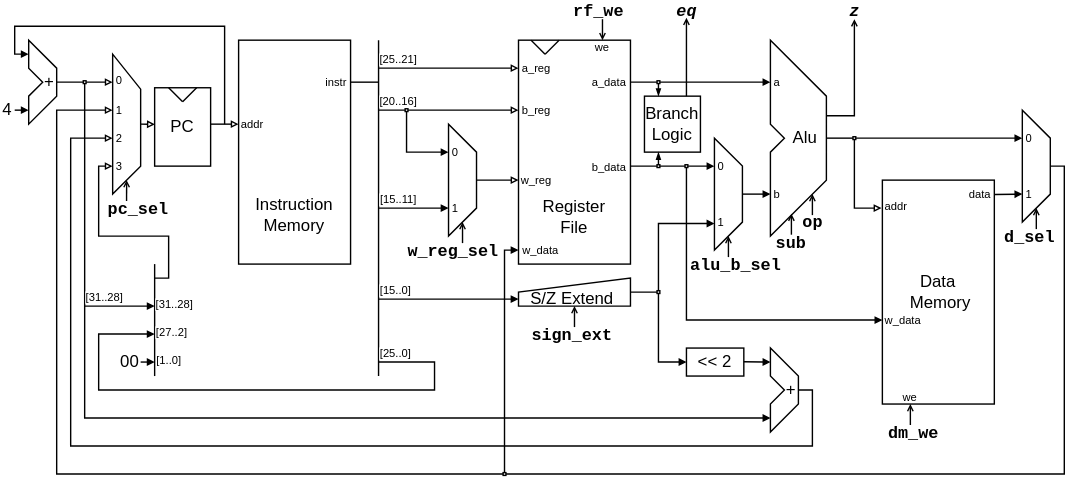
Earlier version of the draw.io export images/vips_full.svg (perlindgren/vips). Source tidied: cells renumbered, new cells last; positions are measured from the earlier drawing's top-left corner, leaving out a move shared by most shapes.
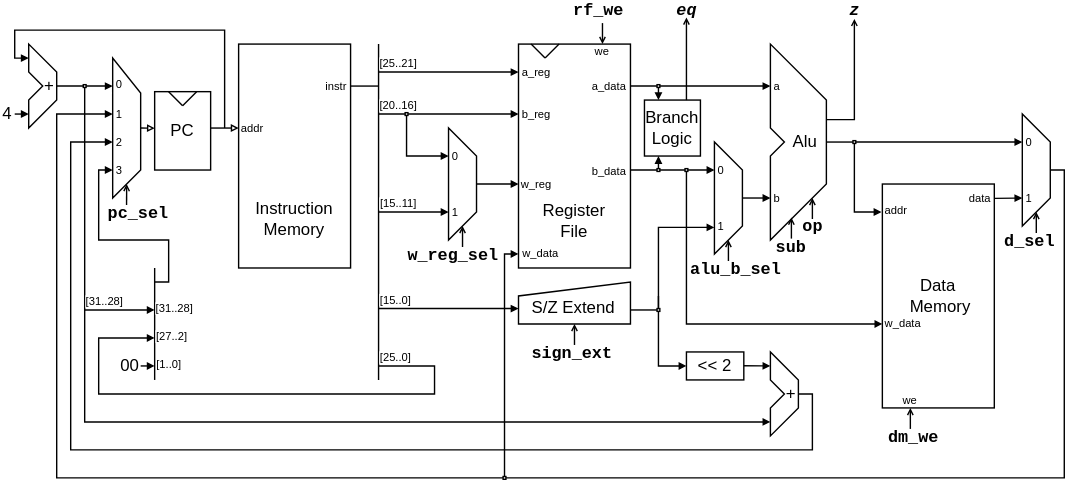
Later version of the same file.

Commit message:
vips full

Diff of the diagram source:
```diff
@@ -56,7 +56,7 @@
         <mxPoint x="270" y="27" as="targetPoint" />
       </mxGeometry>
     </mxCell>
-    <mxCell id="11" style="endArrow=block;html=1;rounded=0;endFill=0;endSize=3;startSize=9;" parent="1" edge="1">
+    <mxCell id="11" style="endArrow=block;html=1;rounded=0;endFill=1;endSize=3;" parent="1" edge="1">
       <mxGeometry relative="1" as="geometry">
         <mxPoint x="270" y="77" as="sourcePoint" />
         <mxPoint x="370" y="77" as="targetPoint" />
@@ -144,7 +144,7 @@
     <mxCell id="29" value="&lt;span style=&quot;background-color: transparent; color: light-dark(rgb(0, 0, 0), rgb(255, 255, 255));&quot;&gt;we&lt;/span&gt;" style="text;html=1;align=center;verticalAlign=middle;whiteSpace=wrap;rounded=0;fontFamily=Helvetica;fontSize=8;fontColor=default;" parent="17" vertex="1">
       <mxGeometry x="56" width="10" height="10" as="geometry" />
     </mxCell>
-    <mxCell id="30" style="endArrow=block;html=1;rounded=0;endFill=0;endSize=3;startSize=9;" parent="1" edge="1">
+    <mxCell id="30" style="endArrow=block;html=1;rounded=0;endFill=1;endSize=3;" parent="1" edge="1">
       <mxGeometry relative="1" as="geometry">
         <mxPoint x="340" y="127" as="sourcePoint" />
         <mxPoint x="370" y="127" as="targetPoint" />
@@ -229,20 +229,20 @@
     </mxCell>
     <mxCell id="41" style="endArrow=none;html=1;rounded=0;" parent="1" edge="1">
       <mxGeometry relative="1" as="geometry">
-        <mxPoint x="375" y="217" as="sourcePoint" />
-        <mxPoint x="370" y="217" as="targetPoint" />
+        <mxPoint x="385" y="227" as="sourcePoint" />
+        <mxPoint x="385" y="227" as="targetPoint" />
         <Array as="points">
-          <mxPoint x="370" y="217" />
+          <mxPoint x="370" y="227" />
           <mxPoint x="370" y="207" />
           <mxPoint x="450" y="197" />
-          <mxPoint x="450" y="217" />
+          <mxPoint x="450" y="227" />
         </Array>
       </mxGeometry>
     </mxCell>
     <mxCell id="42" style="endArrow=block;html=1;rounded=0;endFill=1;endSize=3;startSize=9;" parent="1" edge="1">
       <mxGeometry relative="1" as="geometry">
-        <mxPoint x="270" y="212" as="sourcePoint" />
-        <mxPoint x="370" y="212" as="targetPoint" />
+        <mxPoint x="270" y="216" as="sourcePoint" />
+        <mxPoint x="370" y="216" as="targetPoint" />
       </mxGeometry>
     </mxCell>
     <mxCell id="43" value="&lt;font face=&quot;Courier New&quot;&gt;&lt;b&gt;w_reg_sel&lt;/b&gt;&lt;/font&gt;" style="text;html=1;align=center;verticalAlign=middle;whiteSpace=wrap;rounded=0;" parent="1" vertex="1">
@@ -255,23 +255,22 @@
       </mxGeometry>
     </mxCell>
     <mxCell id="45" value="&lt;font face=&quot;Courier New&quot;&gt;&lt;b&gt;rf_we&lt;/b&gt;&lt;/font&gt;" style="text;html=1;align=center;verticalAlign=middle;whiteSpace=wrap;rounded=0;" parent="1" vertex="1">
-      <mxGeometry x="405" y="1" width="45" height="10" as="geometry" />
+      <mxGeometry x="405" y="-2" width="45" height="10" as="geometry" />
     </mxCell>
     <mxCell id="46" style="endArrow=open;html=1;rounded=0;endFill=0;endSize=3;startSize=9;startFill=0;" parent="1" edge="1">
       <mxGeometry relative="1" as="geometry">
-        <mxPoint x="410" y="232" as="sourcePoint" />
-        <mxPoint x="410" y="217" as="targetPoint" />
+        <mxPoint x="410" y="242" as="sourcePoint" />
+        <mxPoint x="410" y="227" as="targetPoint" />
       </mxGeometry>
     </mxCell>
     <mxCell id="47" value="S/Z Extend" style="text;html=1;align=center;verticalAlign=middle;whiteSpace=wrap;rounded=0;" parent="1" vertex="1">
-      <mxGeometry x="376.5" y="207" width="65" height="10" as="geometry" />
+      <mxGeometry x="376.5" y="211" width="65" height="10" as="geometry" />
     </mxCell>
     <mxCell id="48" value="&lt;font face=&quot;Courier New&quot;&gt;&lt;b&gt;sign_ext&lt;/b&gt;&lt;/font&gt;" style="text;html=1;align=center;verticalAlign=middle;whiteSpace=wrap;rounded=0;" parent="1" vertex="1">
-      <mxGeometry x="387" y="232" width="43" height="12" as="geometry" />
+      <mxGeometry x="387" y="242" width="43" height="12" as="geometry" />
     </mxCell>
-    <mxCell id="49" style="endArrow=block;html=1;rounded=0;endFill=1;endSize=3;startSize=9;" parent="1" edge="1">
+    <mxCell id="49" style="endArrow=block;html=1;rounded=0;endFill=1;endSize=3;startSize=9;exitX=0.5;exitY=0;exitDx=0;exitDy=0;" parent="1" edge="1" source="122">
       <mxGeometry relative="1" as="geometry">
-        <mxPoint x="450" y="207" as="sourcePoint" />
         <mxPoint x="510" y="158" as="targetPoint" />
         <Array as="points">
           <mxPoint x="470" y="207" />
@@ -328,20 +327,20 @@
       </mxGeometry>
     </mxCell>
     <mxCell id="58" value="&lt;font face=&quot;Courier New&quot;&gt;&lt;b&gt;&lt;i&gt;z&lt;/i&gt;&lt;/b&gt;&lt;/font&gt;" style="text;html=1;align=center;verticalAlign=middle;whiteSpace=wrap;rounded=0;" parent="1" vertex="1">
-      <mxGeometry x="597.5" width="25" height="12" as="geometry" />
+      <mxGeometry x="597.5" y="-3" width="25" height="12" as="geometry" />
     </mxCell>
     <mxCell id="59" value="[25..21]" style="edgeLabel;html=1;align=center;verticalAlign=middle;labelBackgroundColor=default;fontSize=8;" parent="1" vertex="1">
       <mxGeometry x="284" y="41" as="geometry" />
     </mxCell>
     <mxCell id="60" value="[15..0]" style="edgeLabel;html=1;align=center;verticalAlign=middle;labelBackgroundColor=default;fontSize=8;" parent="1" vertex="1">
-      <mxGeometry x="317" y="202" as="geometry">
+      <mxGeometry x="317" y="206" as="geometry">
         <mxPoint x="-35" y="4" as="offset" />
       </mxGeometry>
     </mxCell>
     <mxCell id="61" value="Branch&lt;br&gt;Logic" style="rounded=0;whiteSpace=wrap;html=1;" parent="1" vertex="1">
       <mxGeometry x="460" y="67" width="40" height="40" as="geometry" />
     </mxCell>
-    <mxCell id="62" style="endArrow=blockThin;html=1;rounded=0;entryX=0.25;entryY=1;entryDx=0;entryDy=0;endSize=3;endFill=1;" parent="1" edge="1" target="61">
+    <mxCell id="62" style="endArrow=block;html=1;rounded=0;entryX=0.25;entryY=1;entryDx=0;entryDy=0;endSize=3;endFill=1;" parent="1" edge="1" target="61">
       <mxGeometry relative="1" as="geometry">
         <mxPoint x="470" y="117" as="sourcePoint" />
         <Array as="points">
@@ -349,7 +348,7 @@
         </Array>
       </mxGeometry>
     </mxCell>
-    <mxCell id="63" style="endArrow=blockThin;html=1;rounded=0;entryX=0.25;entryY=0;entryDx=0;entryDy=0;endSize=3;endFill=1;" parent="1" edge="1" target="61">
+    <mxCell id="63" style="endArrow=block;html=1;rounded=0;entryX=0.25;entryY=0;entryDx=0;entryDy=0;endSize=3;endFill=1;" parent="1" edge="1" target="61">
       <mxGeometry relative="1" as="geometry">
         <mxPoint x="470" y="57" as="sourcePoint" />
       </mxGeometry>
@@ -469,7 +468,7 @@
         <mxPoint x="6" y="58" as="offset" />
       </mxGeometry>
     </mxCell>
-    <mxCell id="80" style="endArrow=block;html=1;rounded=0;endSize=3;endFill=0;entryX=0;entryY=0.5;entryDx=0;entryDy=0;" parent="1" edge="1" target="89">
+    <mxCell id="80" style="endArrow=block;html=1;rounded=0;endFill=1;entryX=0;entryY=0.5;entryDx=0;entryDy=0;endSize=3;" parent="1" edge="1" target="89">
       <mxGeometry relative="1" as="geometry">
         <mxPoint x="110" y="197" as="sourcePoint" />
         <Array as="points">
@@ -480,7 +479,7 @@
         </Array>
       </mxGeometry>
     </mxCell>
-    <mxCell id="81" style="endArrow=block;html=1;rounded=0;endFill=0;endSize=3;entryX=0;entryY=0.5;entryDx=0;entryDy=0;" parent="1" edge="1" target="88">
+    <mxCell id="81" style="endArrow=block;html=1;rounded=0;endFill=1;entryX=0;entryY=0.5;entryDx=0;entryDy=0;endSize=3;" parent="1" edge="1" target="88">
       <mxGeometry relative="1" as="geometry">
         <mxPoint x="570" y="277" as="sourcePoint" />
         <Array as="points">
@@ -560,9 +559,9 @@
         </Array>
       </mxGeometry>
     </mxCell>
-    <mxCell id="99" style="endArrow=none;html=1;rounded=0;exitX=-0.008;exitY=0.125;exitDx=0;exitDy=0;exitPerimeter=0;endSize=3;endFill=1;startArrow=block;startFill=0;startSize=3;" parent="1" edge="1" source="97">
+    <mxCell id="99" style="endArrow=block;html=1;rounded=0;exitX=-0.008;exitY=0.125;exitDx=0;exitDy=0;exitPerimeter=0;endSize=3;endFill=1;startArrow=none;startFill=0;startSize=3;entryX=-0.008;entryY=0.125;entryDx=0;entryDy=0;entryPerimeter=0;" parent="1" edge="1" target="97">
       <mxGeometry relative="1" as="geometry">
-        <mxPoint x="610" y="97" as="targetPoint" />
+        <mxPoint x="610" y="97" as="sourcePoint" />
         <Array as="points">
           <mxPoint x="610" y="147" />
         </Array>
@@ -606,14 +605,14 @@
       <mxGeometry relative="1" as="geometry" />
     </mxCell>
     <mxCell id="110" value="&lt;font face=&quot;Courier New&quot;&gt;&lt;b&gt;&lt;i&gt;eq&lt;/i&gt;&lt;/b&gt;&lt;/font&gt;" style="text;html=1;align=center;verticalAlign=middle;whiteSpace=wrap;rounded=0;" parent="1" vertex="1">
-      <mxGeometry x="467.5" y="1" width="45" height="10" as="geometry" />
+      <mxGeometry x="467.5" y="-2" width="45" height="10" as="geometry" />
     </mxCell>
-    <mxCell id="111" style="endArrow=none;html=1;rounded=0;exitX=0;exitY=0.5;exitDx=0;exitDy=0;endSize=3;endFill=0;startFill=0;startArrow=block;startSize=3;" parent="1" edge="1" source="87">
+    <mxCell id="111" style="endArrow=block;html=1;rounded=0;exitX=0;exitY=0.5;exitDx=0;exitDy=0;endFill=1;startFill=0;startArrow=none;endSize=3;entryX=0;entryY=0.5;entryDx=0;entryDy=0;" parent="1" edge="1" target="87">
       <mxGeometry relative="1" as="geometry">
-        <mxPoint x="360" y="337" as="targetPoint" />
+        <mxPoint x="360" y="337" as="sourcePoint" />
         <Array as="points">
+          <mxPoint x="40" y="337" />
           <mxPoint x="40" y="77" />
-          <mxPoint x="40" y="337" />
         </Array>
       </mxGeometry>
     </mxCell>
@@ -653,7 +652,7 @@
       <mxGeometry x="469" y="56" width="2" height="2" as="geometry" />
     </mxCell>
     <mxCell id="122" style="rounded=0;whiteSpace=wrap;html=1;" parent="1" vertex="1">
-      <mxGeometry x="469" y="206" width="2" height="2" as="geometry" />
+      <mxGeometry x="469" y="216" width="2" height="2" as="geometry" />
     </mxCell>
     <mxCell id="123" style="rounded=0;whiteSpace=wrap;html=1;" parent="1" vertex="1">
       <mxGeometry x="289" y="76" width="2" height="2" as="geometry" />
@@ -661,13 +660,13 @@
     <mxCell id="124" style="rounded=0;whiteSpace=wrap;html=1;" parent="1" vertex="1">
       <mxGeometry x="489" y="116" width="2" height="2" as="geometry" />
     </mxCell>
-    <mxCell id="125" style="endArrow=block;html=1;rounded=0;endFill=0;endSize=3;startSize=9;" parent="1" edge="1">
+    <mxCell id="125" style="endArrow=block;html=1;rounded=0;endFill=1;endSize=3;" parent="1" edge="1">
       <mxGeometry relative="1" as="geometry">
         <mxPoint x="270" y="47" as="sourcePoint" />
         <mxPoint x="370" y="47" as="targetPoint" />
       </mxGeometry>
     </mxCell>
-    <mxCell id="126" style="endArrow=block;html=1;rounded=0;endFill=0;endSize=3;startSize=9;" parent="1" edge="1">
+    <mxCell id="126" style="endArrow=block;html=1;rounded=0;endFill=1;endSize=3;" parent="1" edge="1">
       <mxGeometry relative="1" as="geometry">
         <mxPoint x="40" y="57" as="sourcePoint" />
         <mxPoint x="80" y="57" as="targetPoint" />
@@ -687,5 +686,10 @@
     <mxCell id="130" value="b" style="text;html=1;align=center;verticalAlign=middle;whiteSpace=wrap;rounded=0;fontSize=8;" parent="1" vertex="1">
       <mxGeometry x="550" y="132" width="10" height="10" as="geometry" />
     </mxCell>
+    <mxCell id="131" style="endArrow=none;html=1;rounded=0;entryX=0;entryY=0.5;entryDx=0;entryDy=0;" parent="1" edge="1" target="122">
+      <mxGeometry relative="1" as="geometry">
+        <mxPoint x="450" y="217" as="sourcePoint" />
+      </mxGeometry>
+    </mxCell>
   </root>
 </mxGraphModel>
```
